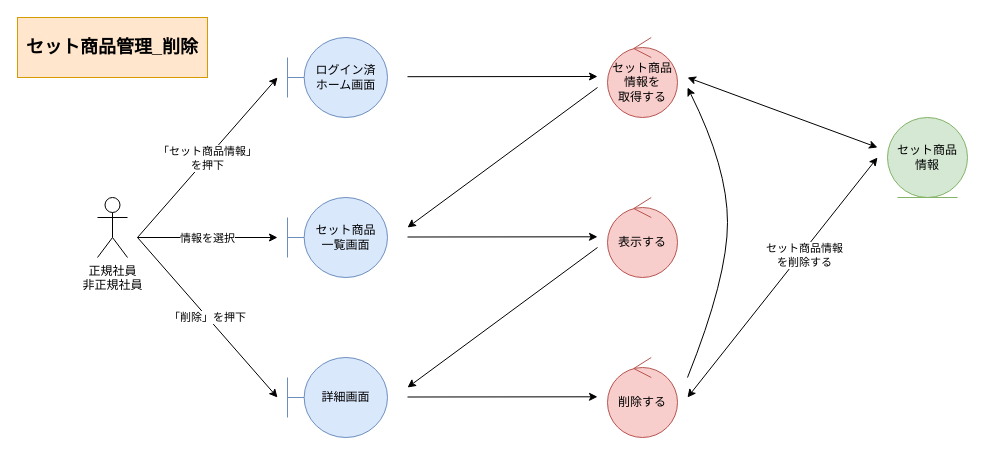
Above: page "*セット商品管理_削除" (6 of 6) of 各種設計書/3ロバストネス図/商品情報管理/1.在庫管理.drawio in HaruShim/Sotuken (draw.io), before the change. Source tidied: cells renumbered, new cells numbered last; positions are measured from the earlier drawing's top-left corner, leaving out a move shared by most shapes. Both pictures are drawn from the tidied source at 100%, with x=0, y=0 at pixel (17, 17).
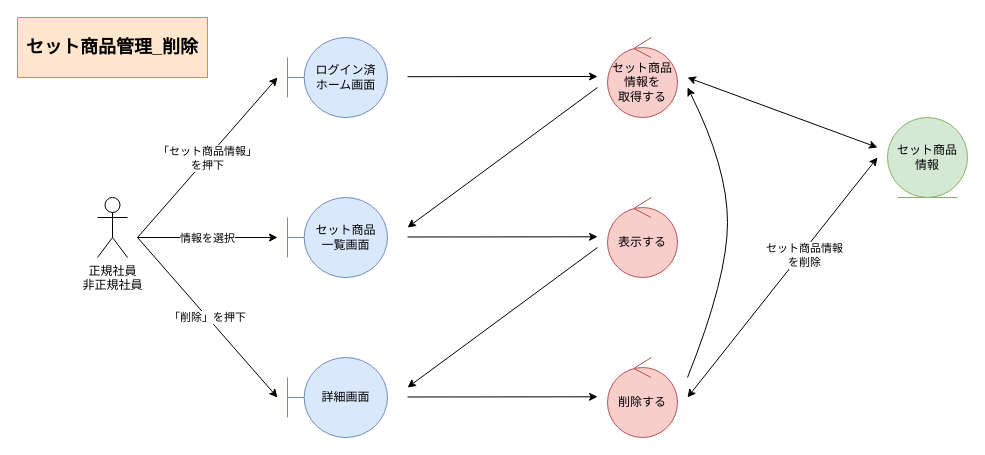
After the change.

Unchanged cells that the change refers to:
```xml
<mxCell id="22" style="endArrow=classic;html=1;rounded=0;startArrow=classic;startFill=1;endFill=1;strokeColor=default;labelBackgroundColor=default;fontColor=default;" parent="1" edge="1">
  <mxGeometry relative="1" as="geometry">
    <mxPoint x="860" y="140" as="sourcePoint" />
    <mxPoint x="670" y="380" as="targetPoint" />
  </mxGeometry>
</mxCell>
```

Change to the diagram source:
```diff
@@
-    <mxCell id="23" value="セット商品情報&lt;br&gt;を削除する" style="edgeLabel;html=1;align=center;verticalAlign=middle;fontColor=default;labelBackgroundColor=default;" parent="22" vertex="1">
+    <mxCell id="23" value="セット商品情報&lt;br&gt;を削除" style="edgeLabel;html=1;align=center;verticalAlign=middle;fontColor=default;labelBackgroundColor=default;" parent="22" vertex="1">
       <mxGeometry x="-0.2" y="3" relative="1" as="geometry" />
     </mxCell>
```
